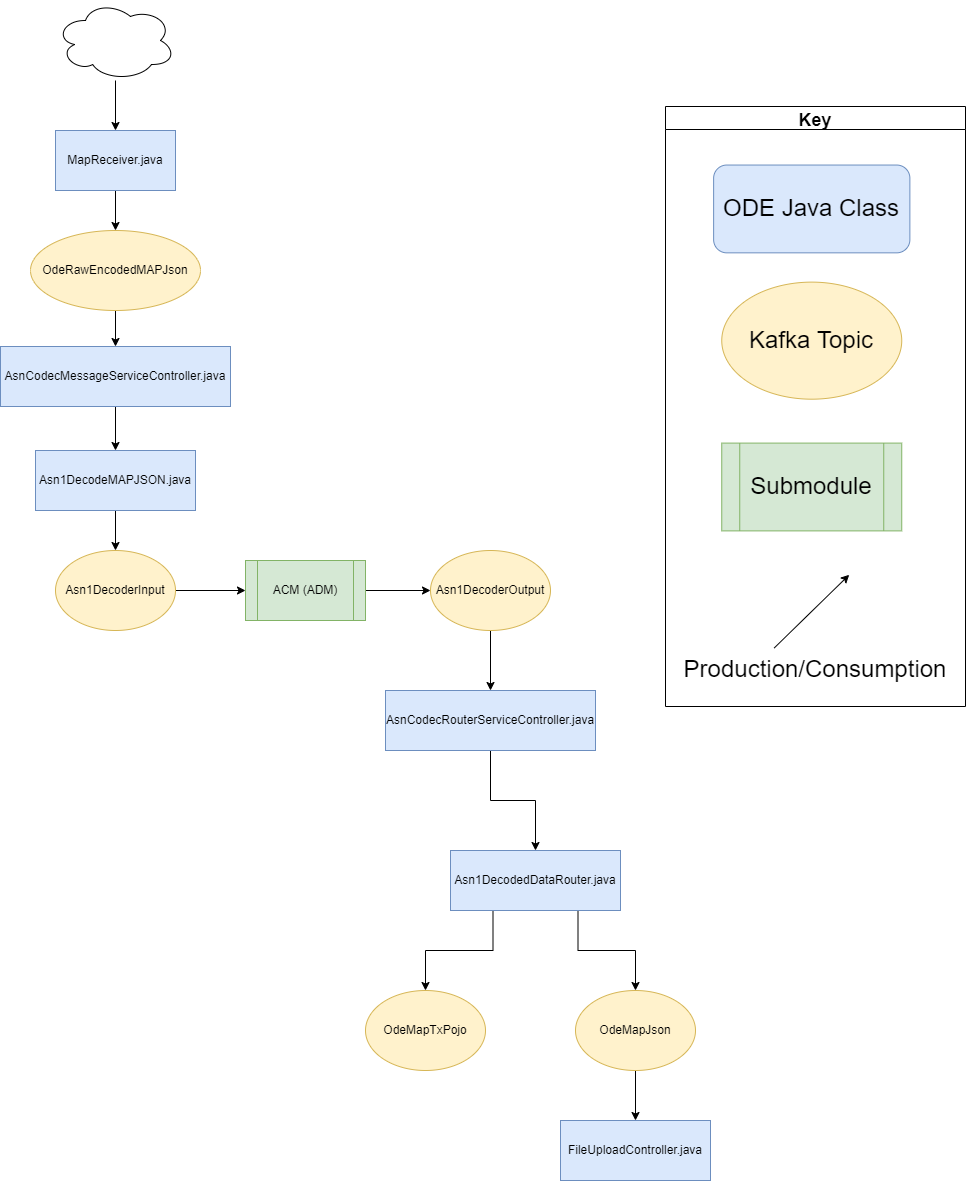
This is docs/data-flow-diagrams/map/MAP Data Flow.drawio.png from usdot-jpo-ode/jpo-ode, a draw.io export, as it was before one commit. Source tidied: cells renumbered, new cells last; positions are measured from the earlier drawing's top-left corner, leaving out a move shared by most shapes.
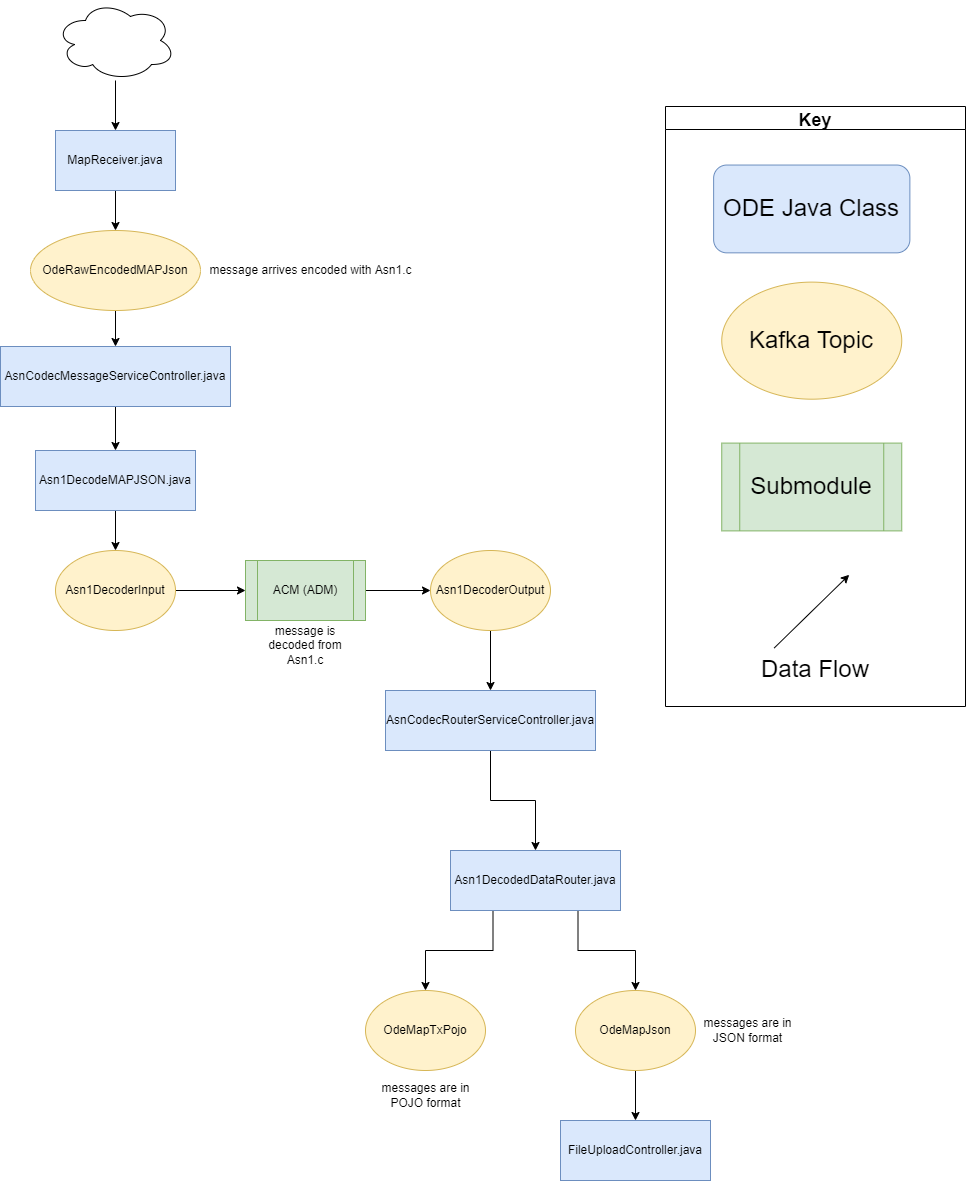
Above is the later version.

Commit message:
Added contextual explanations to the MAP Data Flow diagram.

The edit, as a diff of the source:
```diff
@@ -74,9 +74,6 @@
     <mxCell id="25" value="Key" style="swimlane;labelBackgroundColor=none;fontSize=18;" parent="23" vertex="1">
       <mxGeometry width="300" height="600" as="geometry" />
     </mxCell>
-    <mxCell id="26" value="&lt;font style=&quot;font-size: 24px&quot;&gt;Production/Consumption&lt;/font&gt;" style="text;html=1;strokeColor=none;fillColor=none;align=center;verticalAlign=middle;whiteSpace=wrap;rounded=0;labelBackgroundColor=none;" parent="25" vertex="1">
-      <mxGeometry x="105" y="541.5" width="90" height="43.9" as="geometry" />
-    </mxCell>
     <mxCell id="27" style="endArrow=classic;html=1;rounded=0;labelBackgroundColor=none;" parent="25" edge="1">
       <mxGeometry relative="1" as="geometry">
         <mxPoint x="108.8" y="541.5" as="sourcePoint" />
@@ -101,5 +98,20 @@
     <mxCell id="33" value="OdeMapJson" style="ellipse;whiteSpace=wrap;html=1;fillColor=#fff2cc;strokeColor=#d6b656;" parent="1" vertex="1">
       <mxGeometry x="575" y="990" width="120" height="80" as="geometry" />
     </mxCell>
+    <mxCell id="34" value="message arrives encoded with Asn1.c" style="text;html=1;align=center;verticalAlign=middle;strokeColor=none;fillColor=none;" parent="1" vertex="1">
+      <mxGeometry x="200" y="260" width="220" height="20" as="geometry" />
+    </mxCell>
+    <mxCell id="35" value="message is decoded from Asn1.c" style="text;html=1;strokeColor=none;fillColor=none;align=center;verticalAlign=middle;whiteSpace=wrap;rounded=0;" parent="1" vertex="1">
+      <mxGeometry x="250" y="620" width="110" height="50" as="geometry" />
+    </mxCell>
+    <mxCell id="36" value="&lt;font style=&quot;font-size: 24px&quot;&gt;Data Flow&lt;/font&gt;" style="text;html=1;strokeColor=none;fillColor=none;align=center;verticalAlign=middle;whiteSpace=wrap;rounded=0;labelBackgroundColor=none;" parent="1" vertex="1">
+      <mxGeometry x="755" y="647.5" width="120" height="43.9" as="geometry" />
+    </mxCell>
+    <mxCell id="37" value="messages are in POJO format" style="text;html=1;strokeColor=none;fillColor=none;align=center;verticalAlign=middle;whiteSpace=wrap;rounded=0;" parent="1" vertex="1">
+      <mxGeometry x="372.5" y="1070" width="105" height="50" as="geometry" />
+    </mxCell>
+    <mxCell id="38" value="messages are in JSON format" style="text;html=1;strokeColor=none;fillColor=none;align=center;verticalAlign=middle;whiteSpace=wrap;rounded=0;" parent="1" vertex="1">
+      <mxGeometry x="695" y="1005" width="105" height="50" as="geometry" />
+    </mxCell>
   </root>
 </mxGraphModel>
```
